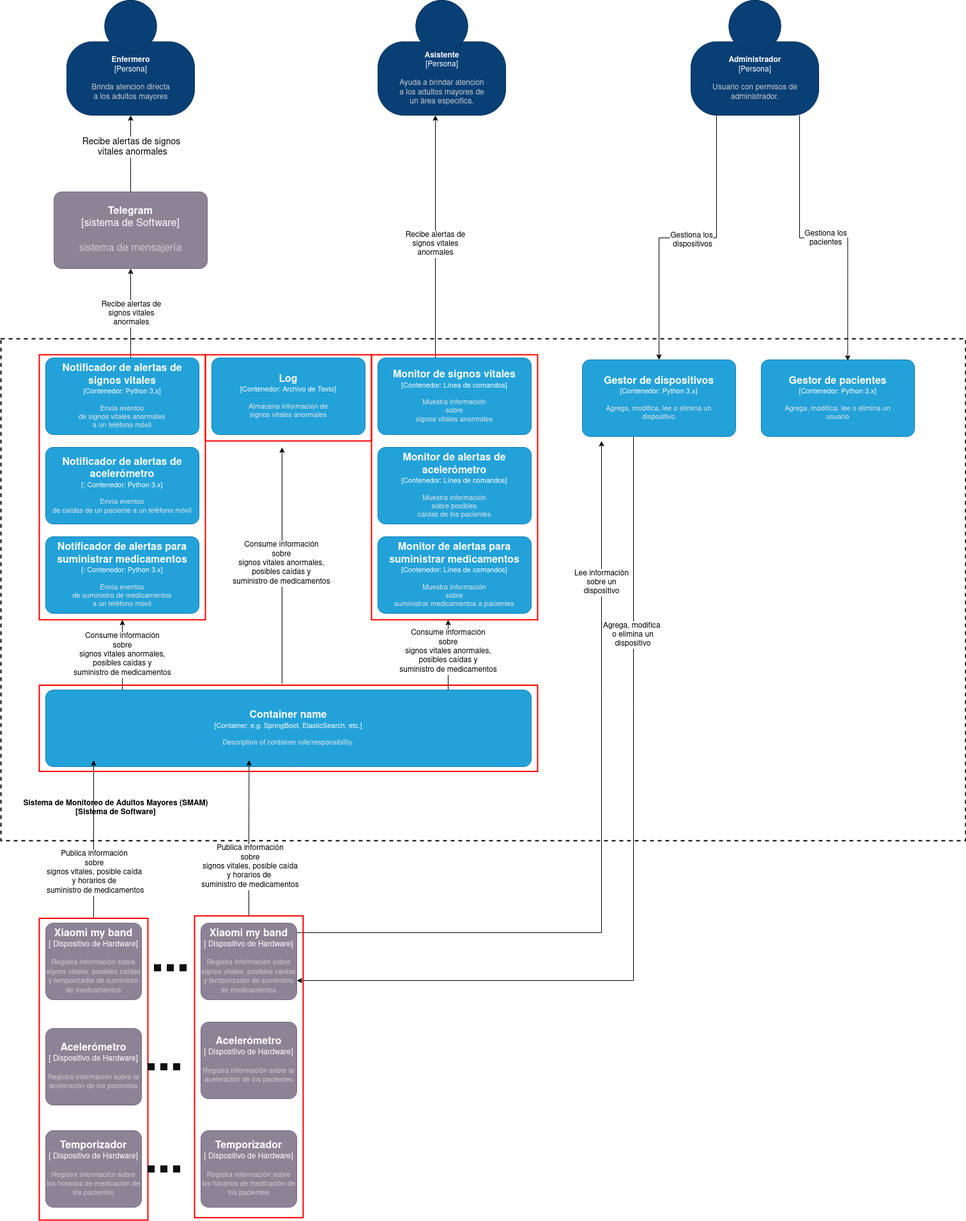
Blackguz/Arquitecturas-Publica-Suscribe keeps this draw.io diagram as docs/context-view.png. Above is the earlier version. Source tidied: cells renumbered, new cells last; positions are measured from the earlier drawing's top-left corner, leaving out a move shared by most shapes.
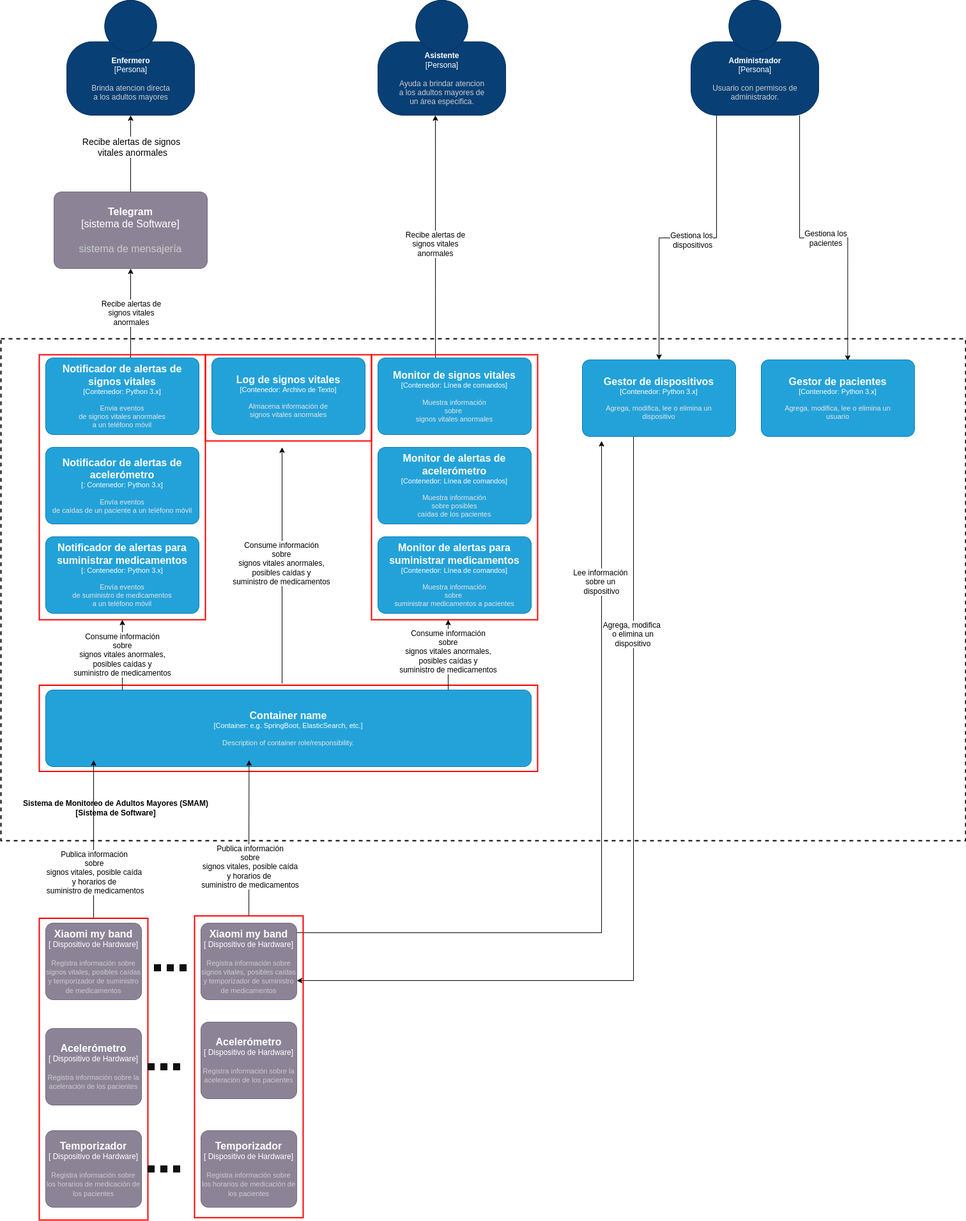
After the commit.

The edit, as a diff of the source:
```diff
@@ -82,7 +82,7 @@
         <mxGeometry x="70" y="560" width="240" height="120" as="geometry" />
       </mxCell>
     </object>
-    <object id="16" label="&lt;font style=&quot;font-size: 16px&quot;&gt;&lt;b&gt;%c4Name%&lt;/b&gt;&lt;/font&gt;&lt;div&gt;[%c4Type%: %c4Technology%]&lt;/div&gt;&lt;br&gt;&lt;div&gt;&lt;font style=&quot;font-size: 11px&quot;&gt;&lt;font color=&quot;#E6E6E6&quot;&gt;%c4Description%&lt;/font&gt;&lt;/div&gt;" c4Description="Almacena información de&#10;signos vitales anormales" c4Name="Log" c4Technology="Archivo de Texto" c4Type="Contenedor" placeholders="1">
+    <object id="16" label="&lt;font style=&quot;font-size: 16px&quot;&gt;&lt;b&gt;%c4Name%&lt;/b&gt;&lt;/font&gt;&lt;div&gt;[%c4Type%: %c4Technology%]&lt;/div&gt;&lt;br&gt;&lt;div&gt;&lt;font style=&quot;font-size: 11px&quot;&gt;&lt;font color=&quot;#E6E6E6&quot;&gt;%c4Description%&lt;/font&gt;&lt;/div&gt;" c4Description="Almacena información de&#10;signos vitales anormales" c4Name="Log de signos vitales" c4Technology="Archivo de Texto" c4Type="Contenedor" placeholders="1">
       <mxCell style="rounded=1;whiteSpace=wrap;html=1;fontSize=11;labelBackgroundColor=none;fillColor=#23A2D9;fontColor=#ffffff;align=center;arcSize=10;strokeColor=#0E7DAD;" parent="1" vertex="1">
         <mxGeometry x="330" y="560" width="240" height="120" as="geometry" />
       </mxCell>
```
